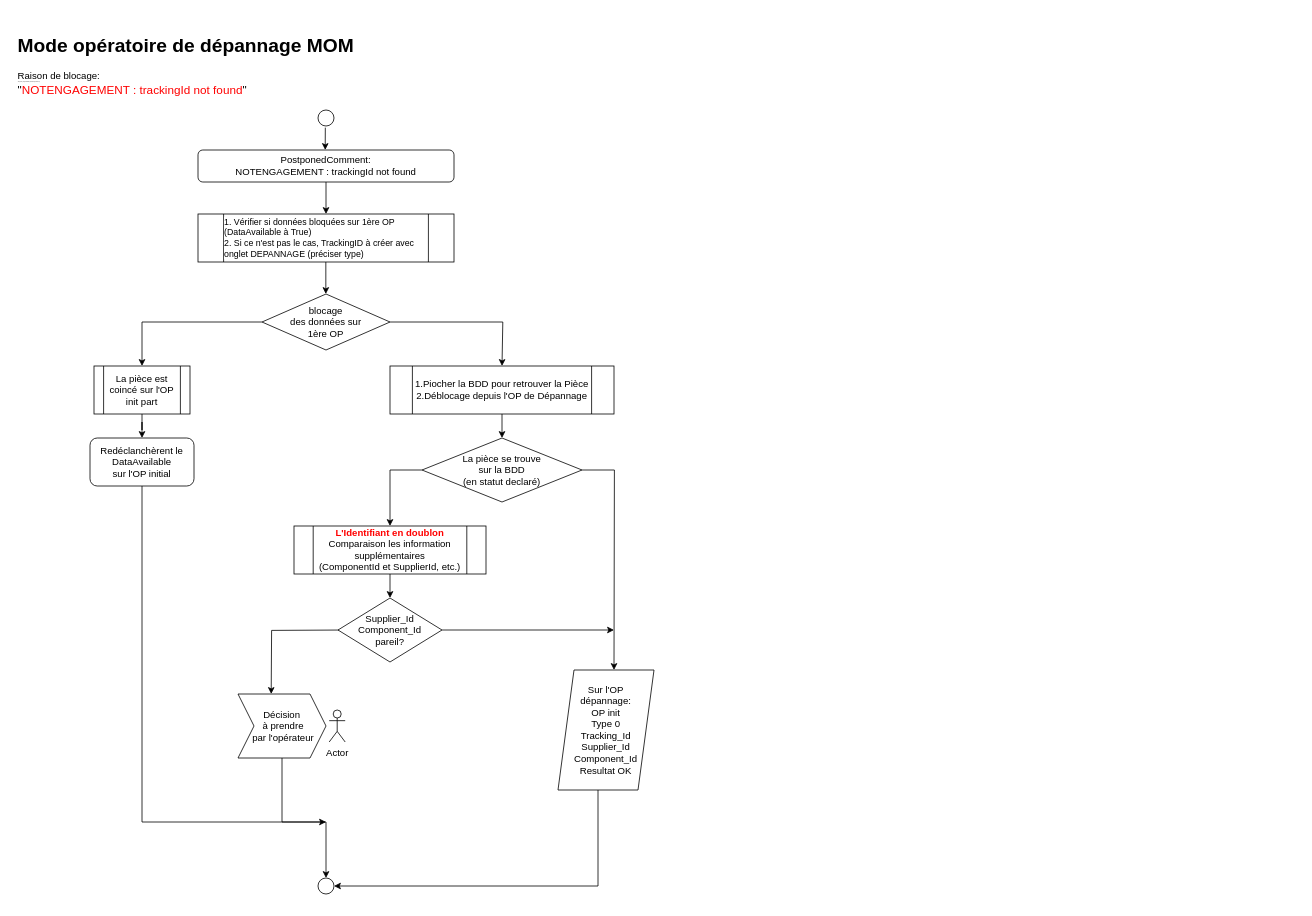
Above: Diagramme sans nom.drawio.xml in arashmorteza/Diagrams (draw.io), before the change. Source tidied: cells renumbered, new cells numbered last; positions are measured from the earlier drawing's top-left corner, leaving out a move shared by most shapes. Both pictures are drawn from the tidied source at 80%, with x=0, y=0 at pixel (14, 30).
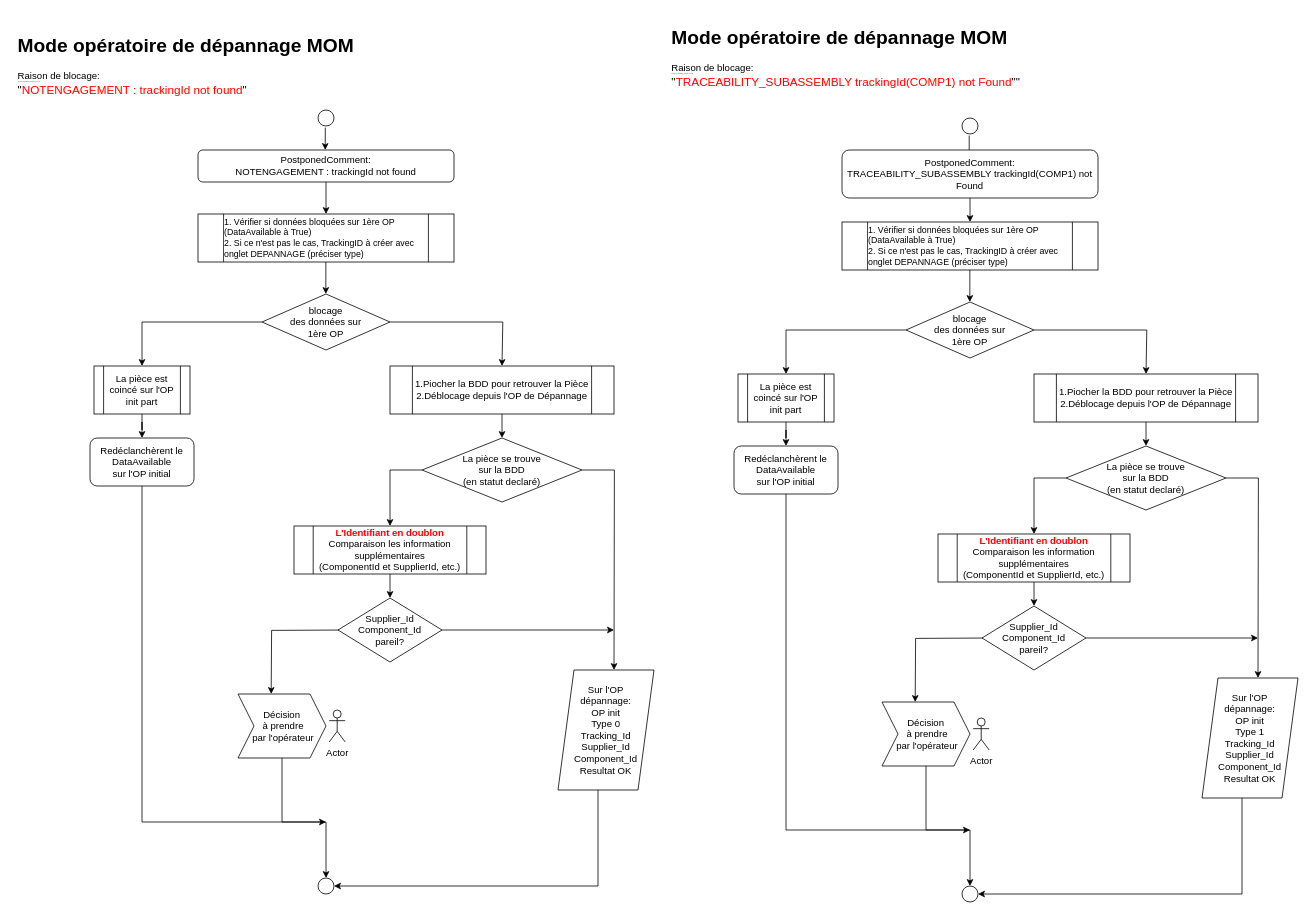
The same page after the edit.

Commit message:
Mettre à jour Diagramme sans nom.drawio.xml

The edit, as a diff of the source:
```diff
@@
+    <mxCell id="32" value="&lt;h1&gt;Mode opératoire de dépannage MOM&lt;/h1&gt;&lt;div&gt;Raison de blocage:&lt;/div&gt;&lt;div&gt;&lt;div style=&quot;font-family: &amp;quot;Segoe UI&amp;quot;, Calibri, Thonburi, Arial, Verdana, sans-serif, &amp;quot;Mongolian Baiti&amp;quot;, &amp;quot;Microsoft Yi Baiti&amp;quot;, &amp;quot;Javanese Text&amp;quot;; font-size: 1px; background-color: rgb(255, 255, 255);&quot; class=&quot;ewa-rteLine&quot;&gt;&amp;nbsp;FBDC_DIAG_NOT_ENGAGEMENT_TRACKINGID_NOTFOUND,&lt;/div&gt;&lt;div style=&quot;font-family: &amp;quot;Segoe UI&amp;quot;, Calibri, Thonburi, Arial, Verdana, sans-serif, &amp;quot;Mongolian Baiti&amp;quot;, &amp;quot;Microsoft Yi Baiti&amp;quot;, &amp;quot;Javanese Text&amp;quot;; font-size: 1px; background-color: rgb(255, 255, 255);&quot; class=&quot;ewa-rteLine&quot;&gt;&lt;span style=&quot;font-family: Calibri; font-size: 11pt;&quot;&gt;&quot;&lt;/span&gt;&quot;&lt;span style=&quot;color: rgb(255, 0, 0); font-family: Calibri; font-size: 11pt;&quot;&gt;TRACEABILITY_SUBASSEMBLY trackingId(COMP1) not Found&lt;/span&gt;&lt;span style=&quot;font-family: Calibri; font-size: 11pt;&quot;&gt;&quot;&lt;/span&gt;&lt;span style=&quot;font-family: Calibri; font-size: 11pt;&quot;&gt;&quot;&lt;/span&gt;&lt;/div&gt;&lt;/div&gt;" style="text;html=1;strokeColor=none;fillColor=none;spacing=5;spacingTop=-20;whiteSpace=wrap;overflow=hidden;rounded=0;" parent="1" vertex="1">
+      <mxGeometry x="817" y="-10" width="470" height="120" as="geometry" />
+    </mxCell>
+    <mxCell id="33" style="ellipse;whiteSpace=wrap;html=1;" parent="1" vertex="1">
+      <mxGeometry x="1185" y="110" width="20" height="20" as="geometry" />
+    </mxCell>
+    <mxCell id="34" style="endArrow=classic;html=1;rounded=0;exitX=0.828;exitY=1.017;exitDx=0;exitDy=0;exitPerimeter=0;" parent="1" edge="1">
+      <mxGeometry relative="1" as="geometry">
+        <mxPoint x="1194" y="132" as="sourcePoint" />
+        <mxPoint x="1194" y="160" as="targetPoint" />
+      </mxGeometry>
+    </mxCell>
+    <mxCell id="35" value="PostponedComment:&lt;br&gt;TRACEABILITY_SUBASSEMBLY trackingId(COMP1) not Found" style="rounded=1;whiteSpace=wrap;html=1;horizontal=1;verticalAlign=middle;" parent="1" vertex="1">
+      <mxGeometry x="1035" y="150" width="320" height="60" as="geometry" />
+    </mxCell>
+    <mxCell id="36" style="endArrow=classic;html=1;rounded=0;exitX=0.5;exitY=1;exitDx=0;exitDy=0;" parent="1" edge="1" source="35">
+      <mxGeometry relative="1" as="geometry">
+        <mxPoint x="1195" y="240" as="targetPoint" />
+      </mxGeometry>
+    </mxCell>
+    <mxCell id="37" value="&lt;div style=&quot;font-family: Calibri; text-align: start; background-color: rgb(255, 255, 255); font-size: 11px;&quot; class=&quot;ewa-rteLine&quot;&gt;&lt;font style=&quot;font-size: 11px;&quot;&gt;1. Vérifier si données bloquées sur 1ère OP (DataAvailable à True)&lt;/font&gt;&lt;/div&gt;&lt;div style=&quot;font-family: Calibri; text-align: start; background-color: rgb(255, 255, 255); font-size: 11px;&quot; class=&quot;ewa-rteLine&quot;&gt;&lt;font style=&quot;font-size: 11px;&quot;&gt;2. Si ce n'est pas le cas, TrackingID à créer avec onglet DEPANNAGE (préciser type)&lt;/font&gt;&lt;/div&gt;" style="shape=process;whiteSpace=wrap;html=1;backgroundOutline=1;" parent="1" vertex="1">
+      <mxGeometry x="1035" y="240" width="320" height="60" as="geometry" />
+    </mxCell>
+    <mxCell id="38" style="edgeStyle=orthogonalEdgeStyle;rounded=0;jettySize=auto;html=1;entryX=0.5;entryY=0;entryDx=0;entryDy=0;" parent="1" edge="1" source="40" target="43">
+      <mxGeometry relative="1" as="geometry" />
+    </mxCell>
+    <mxCell id="39" style="edgeStyle=orthogonalEdgeStyle;rounded=0;jettySize=auto;html=1;entryX=0.5;entryY=0;entryDx=0;entryDy=0;" parent="1" edge="1" source="40" target="47">
+      <mxGeometry relative="1" as="geometry">
+        <Array as="points">
+          <mxPoint x="1416" y="375" />
+        </Array>
+      </mxGeometry>
+    </mxCell>
+    <mxCell id="40" value="blocage &lt;br&gt;des données sur &lt;br&gt;1ère OP" style="rhombus;whiteSpace=wrap;html=1;" parent="1" vertex="1">
+      <mxGeometry x="1115" y="340" width="160" height="70" as="geometry" />
+    </mxCell>
+    <mxCell id="41" style="endArrow=classic;html=1;rounded=0;exitX=0.5;exitY=1;exitDx=0;exitDy=0;" parent="1" edge="1">
+      <mxGeometry relative="1" as="geometry">
+        <mxPoint x="1194.8" y="300" as="sourcePoint" />
+        <mxPoint x="1194.8" y="340" as="targetPoint" />
+      </mxGeometry>
+    </mxCell>
+    <mxCell id="42" style="edgeStyle=orthogonalEdgeStyle;rounded=0;jettySize=auto;html=1;" parent="1" edge="1" source="43" target="57">
+      <mxGeometry relative="1" as="geometry" />
+    </mxCell>
+    <mxCell id="43" value="La pièce est coincé sur l'OP init part" style="shape=process;whiteSpace=wrap;html=1;backgroundOutline=1;" parent="1" vertex="1">
+      <mxGeometry x="905" y="430" width="120" height="60" as="geometry" />
+    </mxCell>
+    <mxCell id="44" style="edgeStyle=orthogonalEdgeStyle;rounded=0;jettySize=auto;html=1;entryX=1;entryY=0.5;entryDx=0;entryDy=0;" parent="1" edge="1" source="45" target="61">
+      <mxGeometry relative="1" as="geometry">
+        <Array as="points">
+          <mxPoint x="1535" y="1080" />
+        </Array>
+      </mxGeometry>
+    </mxCell>
+    <mxCell id="45" value="Sur l'OP &lt;br&gt;dépannage:&lt;br&gt;OP init&lt;br&gt;Type 1&lt;br&gt;Tracking_Id&lt;br&gt;Supplier_Id&lt;br&gt;Component_Id&lt;br&gt;Resultat OK" style="shape=parallelogram;perimeter=parallelogramPerimeter;whiteSpace=wrap;html=1;fixedSize=1;" parent="1" vertex="1">
+      <mxGeometry x="1485" y="810" width="120" height="150" as="geometry" />
+    </mxCell>
+    <mxCell id="46" style="edgeStyle=orthogonalEdgeStyle;rounded=0;jettySize=auto;html=1;exitX=0.5;exitY=1;exitDx=0;exitDy=0;" parent="1" edge="1" source="47" target="52">
+      <mxGeometry relative="1" as="geometry">
+        <Array as="points">
+          <mxPoint x="1415" y="510" />
+          <mxPoint x="1415" y="510" />
+        </Array>
+      </mxGeometry>
+    </mxCell>
+    <mxCell id="47" value="1.Piocher la BDD pour retrouver la Pièce&lt;br&gt;2.Déblocage depuis l'OP de Dépannage" style="shape=process;whiteSpace=wrap;html=1;backgroundOutline=1;" parent="1" vertex="1">
+      <mxGeometry x="1275" y="430" width="280" height="60" as="geometry" />
+    </mxCell>
+    <mxCell id="48" style="edgeStyle=orthogonalEdgeStyle;rounded=0;jettySize=auto;html=1;exitX=1;exitY=0.5;exitDx=0;exitDy=0;" parent="1" edge="1" source="50">
+      <mxGeometry relative="1" as="geometry">
+        <mxPoint x="1555" y="760" as="targetPoint" />
+      </mxGeometry>
+    </mxCell>
+    <mxCell id="49" style="edgeStyle=orthogonalEdgeStyle;rounded=0;orthogonalLoop=1;jettySize=auto;html=1;entryX=0.5;entryY=0;entryDx=0;entryDy=0;" parent="1" edge="1">
+      <mxGeometry relative="1" as="geometry">
+        <mxPoint x="1219" y="760" as="sourcePoint" />
+        <mxPoint x="1126.5" y="840" as="targetPoint" />
+      </mxGeometry>
+    </mxCell>
+    <mxCell id="50" value="Supplier_Id&lt;br style=&quot;border-color: var(--border-color);&quot;&gt;Component_Id&lt;br&gt;pareil?" style="rhombus;whiteSpace=wrap;html=1;" parent="1" vertex="1">
+      <mxGeometry x="1210" y="720" width="130" height="80" as="geometry" />
+    </mxCell>
+    <mxCell id="51" style="edgeStyle=orthogonalEdgeStyle;rounded=0;jettySize=auto;html=1;exitX=1;exitY=0.5;exitDx=0;exitDy=0;" parent="1" edge="1" source="52">
+      <mxGeometry relative="1" as="geometry">
+        <mxPoint x="1555" y="810" as="targetPoint" />
+      </mxGeometry>
+    </mxCell>
+    <mxCell id="52" value="La pièce se trouve &lt;br&gt;sur la BDD &lt;br&gt;(en statut declaré)" style="rhombus;whiteSpace=wrap;html=1;" parent="1" vertex="1">
+      <mxGeometry x="1315" y="520" width="200" height="80" as="geometry" />
+    </mxCell>
+    <mxCell id="53" style="endArrow=classic;html=1;rounded=0;entryX=0.5;entryY=0;entryDx=0;entryDy=0;" parent="1" edge="1" target="55">
+      <mxGeometry relative="1" as="geometry">
+        <mxPoint x="1315" y="560" as="sourcePoint" />
+        <Array as="points">
+          <mxPoint x="1275" y="560" />
+        </Array>
+      </mxGeometry>
+    </mxCell>
+    <mxCell id="54" style="edgeStyle=orthogonalEdgeStyle;rounded=0;jettySize=auto;html=1;" parent="1" edge="1" source="55">
+      <mxGeometry relative="1" as="geometry">
+        <mxPoint x="1275" y="720" as="targetPoint" />
+      </mxGeometry>
+    </mxCell>
+    <mxCell id="55" value="&lt;font color=&quot;#ff0000&quot;&gt;&lt;b&gt;L'Identifiant en doublon&lt;/b&gt;&lt;br&gt;&lt;/font&gt;Comparaison les information supplémentaires&lt;br&gt;(ComponentId et SupplierId, etc.)" style="shape=process;whiteSpace=wrap;html=1;backgroundOutline=1;" parent="1" vertex="1">
+      <mxGeometry x="1155" y="630" width="240" height="60" as="geometry" />
+    </mxCell>
+    <mxCell id="56" style="edgeStyle=orthogonalEdgeStyle;rounded=0;jettySize=auto;html=1;exitX=0.5;exitY=1;exitDx=0;exitDy=0;" parent="1" edge="1" source="57">
+      <mxGeometry relative="1" as="geometry">
+        <mxPoint x="1195" y="1000" as="targetPoint" />
+        <Array as="points">
+          <mxPoint x="965" y="1000" />
+        </Array>
+      </mxGeometry>
+    </mxCell>
+    <mxCell id="57" value="Redéclanchèrent le DataAvailable&lt;br&gt;sur l'OP initial" style="rounded=1;whiteSpace=wrap;html=1;horizontal=1;verticalAlign=middle;" parent="1" vertex="1">
+      <mxGeometry x="900" y="520" width="130" height="60" as="geometry" />
+    </mxCell>
+    <mxCell id="58" style="edgeStyle=orthogonalEdgeStyle;rounded=0;jettySize=auto;html=1;entryX=0.5;entryY=0;entryDx=0;entryDy=0;" parent="1" edge="1" source="59" target="61">
+      <mxGeometry relative="1" as="geometry">
+        <Array as="points">
+          <mxPoint x="1140" y="1000" />
+          <mxPoint x="1195" y="1000" />
+        </Array>
+      </mxGeometry>
+    </mxCell>
+    <mxCell id="59" value="Décision&lt;br&gt;&amp;nbsp;à prendre&lt;br&gt;&amp;nbsp;par l'opérateur" style="shape=step;perimeter=stepPerimeter;whiteSpace=wrap;html=1;fixedSize=1;" parent="1" vertex="1">
+      <mxGeometry x="1085" y="840" width="110" height="80" as="geometry" />
+    </mxCell>
+    <mxCell id="60" value="Actor" style="shape=umlActor;verticalLabelPosition=bottom;verticalAlign=top;html=1;" parent="1" vertex="1">
+      <mxGeometry x="1199" y="860" width="20" height="40" as="geometry" />
+    </mxCell>
+    <mxCell id="61" style="ellipse;whiteSpace=wrap;html=1;" parent="1" vertex="1">
+      <mxGeometry x="1185" y="1070" width="20" height="20" as="geometry" />
+    </mxCell>
```
